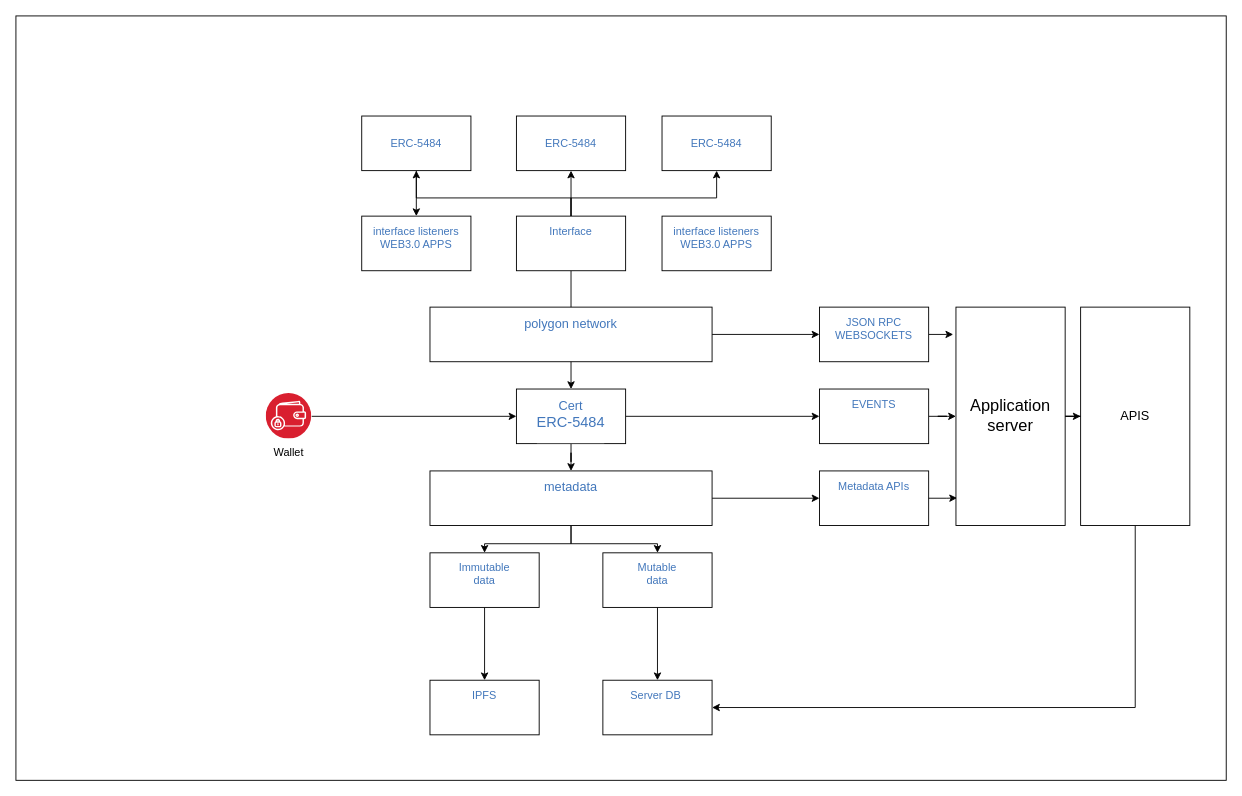
This is certNFT.drawio from ali-05-ahmed/Concept-Diagrams, a draw.io file, before an edit. Source tidied: cells renumbered, new cells numbered last; positions are measured from the earlier drawing's top-left corner, leaving out a move shared by most shapes. Both pictures are drawn from the tidied source at 91%, with x=0, y=0 at pixel (15, 15).
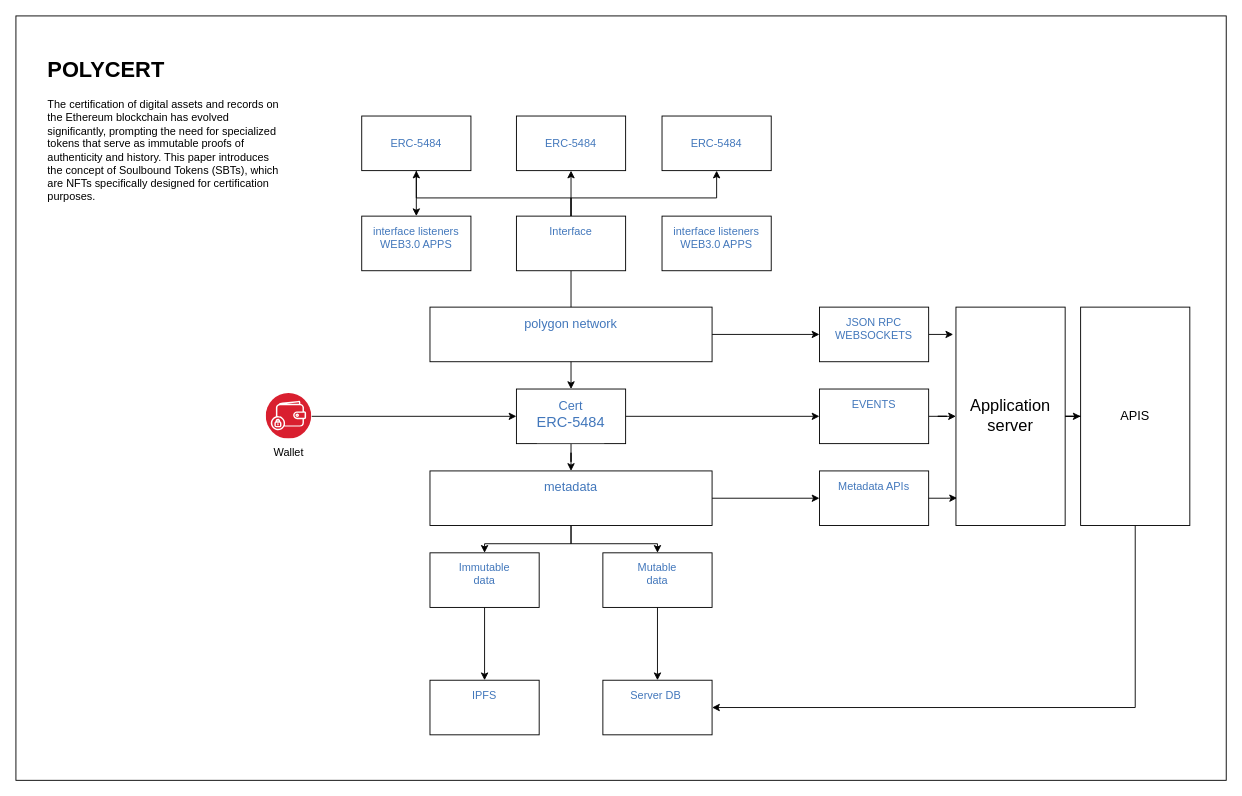
The same page after the edit.

The edit, as a diff of the source:
```diff
@@
+    <mxCell id="42" value="&lt;h1&gt;POLYCERT&lt;/h1&gt;&lt;p&gt;The certification of digital assets and records on the Ethereum blockchain has evolved significantly, prompting the need for specialized tokens that serve as immutable proofs of authenticity and history. This paper introduces the concept of Soulbound Tokens (SBTs), which are NFTs specifically designed for certification purposes.&lt;/p&gt;" style="text;html=1;strokeColor=none;fillColor=none;spacing=5;spacingTop=-20;whiteSpace=wrap;overflow=hidden;rounded=0;" parent="1" vertex="1">
+      <mxGeometry x="30" y="40" width="270" height="220" as="geometry" />
+    </mxCell>
```
